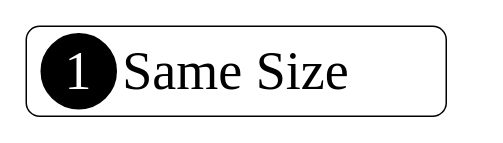
Before: blockLLM_workflow.drawio in BDHU/blockllm-diagram, a draw.io diagram. Source tidied: cells renumbered, new cells numbered last; positions are measured from the earlier drawing's top-left corner, leaving out a move shared by most shapes. Both pictures are drawn from the tidied source at 150%, with x=0, y=0 at pixel (26, 26).
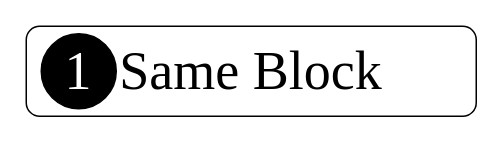
Above is the later version.

Change to the diagram source:
```diff
@@
 <mxGraphModel>
   <root>
     <mxCell id="0" />
     <mxCell id="1" parent="0" />
-    <mxCell id="2" value="&lt;font style=&quot;font-size: 36px;&quot; face=&quot;Times New Roman&quot;&gt;Same Size&lt;/font&gt;" style="rounded=1;whiteSpace=wrap;html=1;" parent="1" vertex="1">
-      <mxGeometry width="280" height="60" as="geometry" />
+    <mxCell id="2" value="&lt;font style=&quot;font-size: 36px;&quot; face=&quot;Times New Roman&quot;&gt;Same Block&lt;br&gt;&lt;/font&gt;" style="rounded=1;whiteSpace=wrap;html=1;" parent="1" vertex="1">
+      <mxGeometry width="300" height="60" as="geometry" />
     </mxCell>
     <mxCell id="3" value="&lt;font style=&quot;font-size: 36px; color: rgb(255, 255, 255);&quot; face=&quot;Times New Roman&quot;&gt;1&lt;/font&gt;" style="ellipse;whiteSpace=wrap;html=1;fillColor=#000000;" parent="1" vertex="1">
       <mxGeometry x="10" y="5" width="50" height="50" as="geometry" />
     </mxCell>
   </root>
 </mxGraphModel>
```
